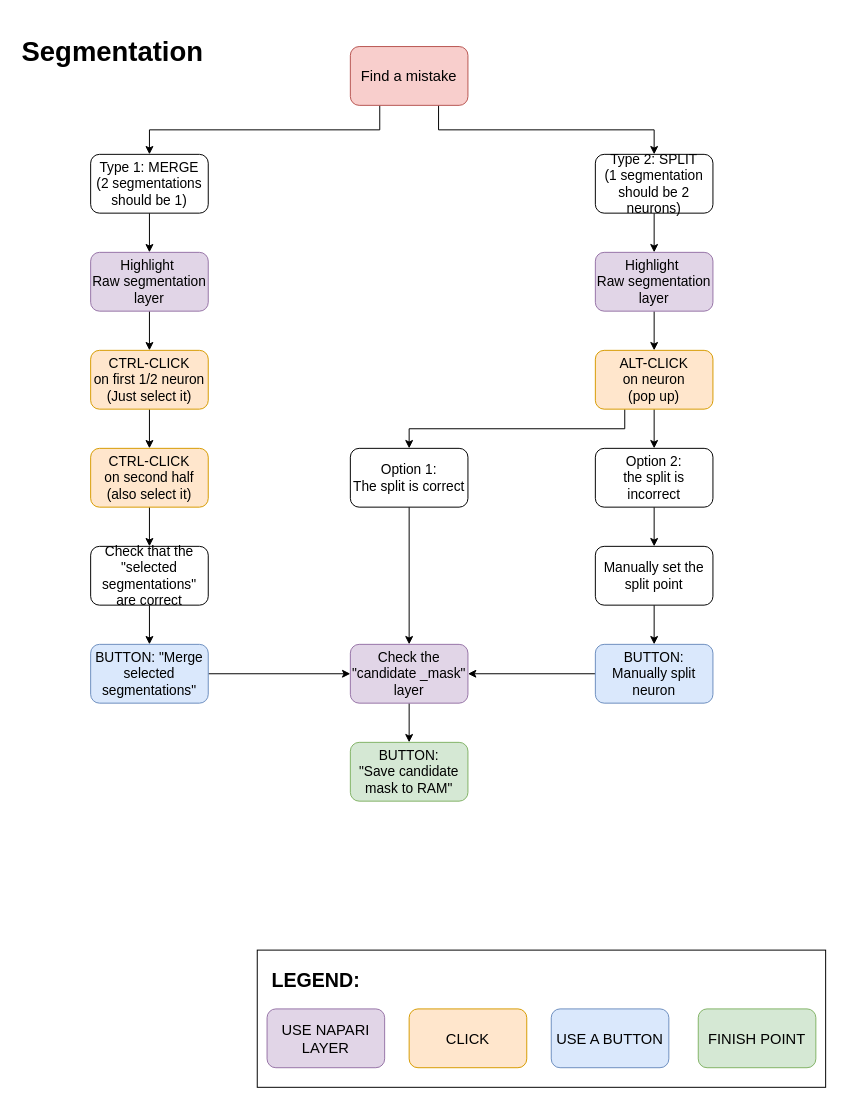
Before: page "Segmentation_workflow" (1 of 2) of DLC_for_WBFM/gui/workflow_diagrams.drawio in ch9nuk9/wbfm, a draw.io diagram. Source tidied: cells renumbered, new cells numbered last; positions are measured from the earlier drawing's top-left corner, leaving out a move shared by most shapes. Both pictures are drawn from the tidied source at 98%, with x=0, y=0 at pixel (17, 26).
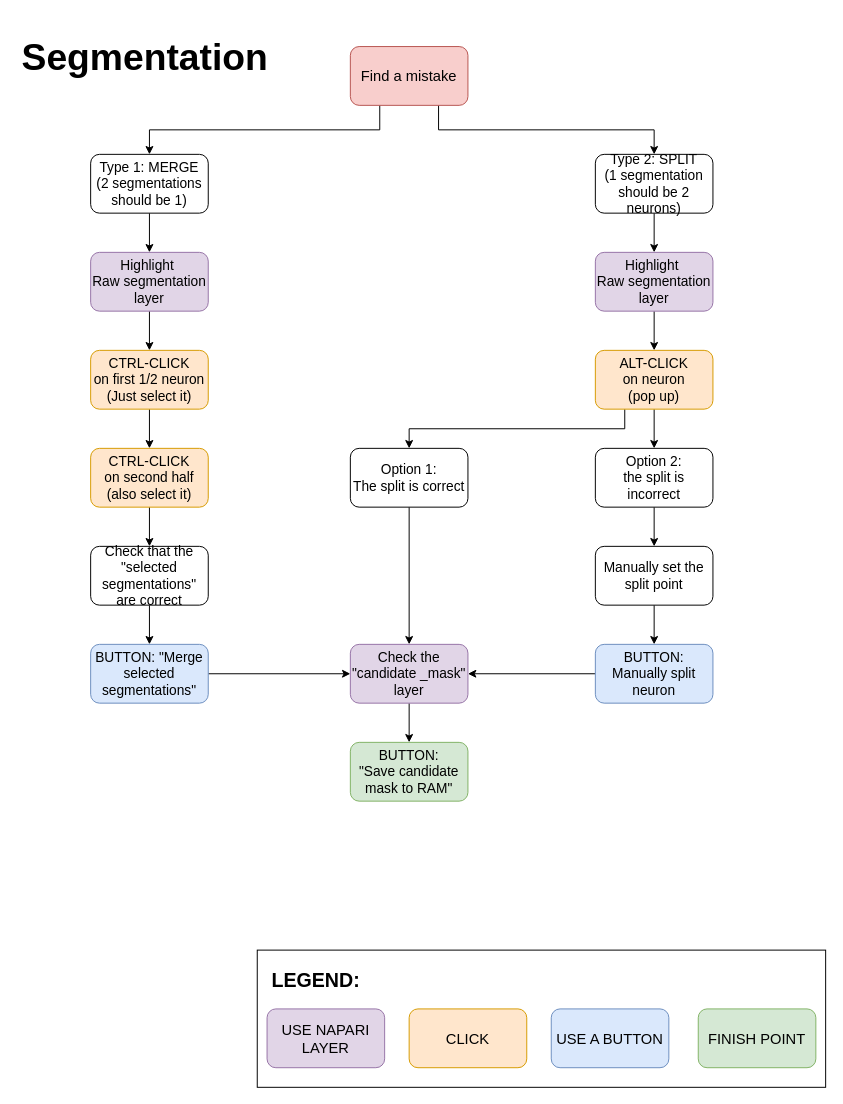
After the change.

What changed in the source:
```diff
@@
-    <mxCell id="41" value="&lt;h1&gt;Segmentation&lt;/h1&gt;" style="text;html=1;strokeColor=none;fillColor=none;spacing=5;spacingTop=-20;whiteSpace=wrap;overflow=hidden;rounded=0;fontSize=14;" parent="1" vertex="1">
-      <mxGeometry width="270" height="60" as="geometry" />
+    <mxCell id="41" value="&lt;h1&gt;&lt;font style=&quot;font-size: 38px&quot;&gt;Segmentation&lt;/font&gt;&lt;/h1&gt;" style="text;html=1;strokeColor=none;fillColor=none;spacing=5;spacingTop=-20;whiteSpace=wrap;overflow=hidden;rounded=0;fontSize=14;" parent="1" vertex="1">
+      <mxGeometry width="315" height="80" as="geometry" />
     </mxCell>
```
